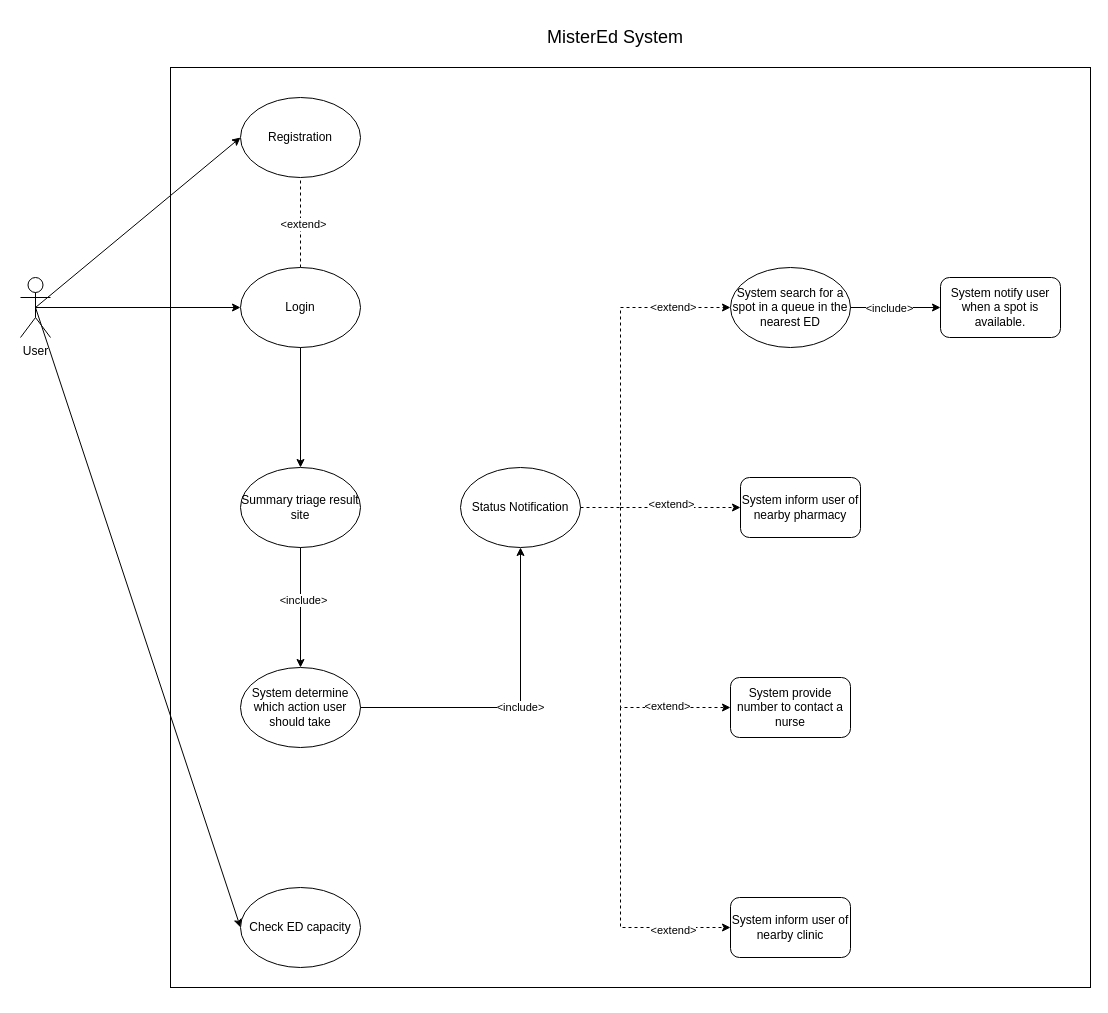
Above: Roadmap.drawio in uvic-teach/project-m1-team8 (draw.io), before the change. Source tidied: cells renumbered, new cells numbered last; positions are measured from the earlier drawing's top-left corner, leaving out a move shared by most shapes. Both pictures are drawn from the tidied source at 100%, with x=0, y=0 at pixel (20, 17).
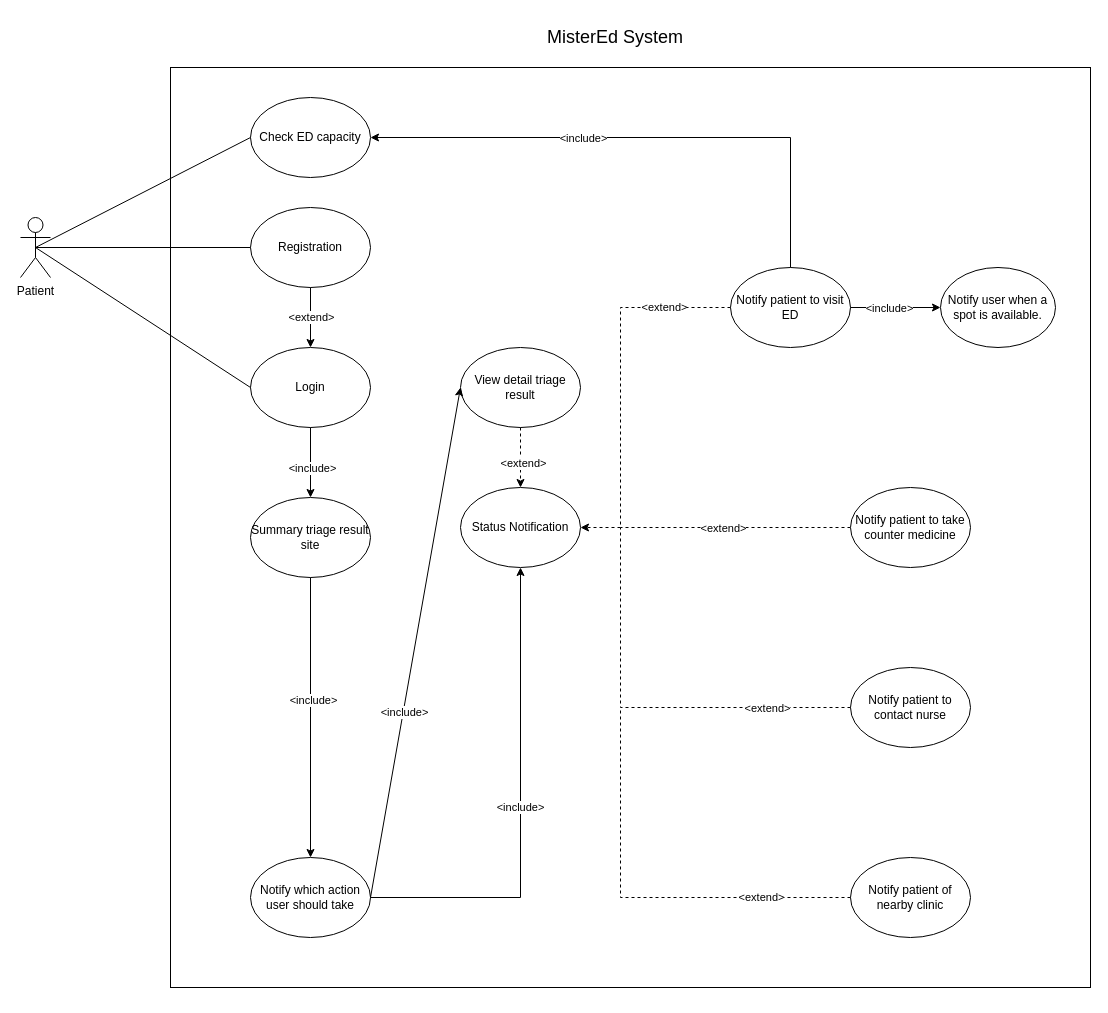
After the change.

What changed in the source:
```diff
@@
-    <mxCell id="3" value="User" style="shape=umlActor;verticalLabelPosition=bottom;verticalAlign=top;html=1;outlineConnect=0;" parent="1" vertex="1">
-      <mxGeometry y="260" width="30" height="60" as="geometry" />
+    <mxCell id="3" value="Patient" style="shape=umlActor;verticalLabelPosition=bottom;verticalAlign=top;html=1;outlineConnect=0;" parent="1" vertex="1">
+      <mxGeometry y="200" width="30" height="60" as="geometry" />
     </mxCell>
-    <mxCell id="4" style="endArrow=classic;html=1;rounded=0;exitX=0.5;exitY=0.5;exitDx=0;exitDy=0;exitPerimeter=0;entryX=0;entryY=0.5;entryDx=0;entryDy=0;" parent="1" edge="1" source="3" target="8">
-      <mxGeometry relative="1" as="geometry" />
-    </mxCell>
-    <mxCell id="5" style="endArrow=classic;html=1;rounded=0;entryX=0;entryY=0.5;entryDx=0;entryDy=0;exitX=0.5;exitY=0.5;exitDx=0;exitDy=0;exitPerimeter=0;" parent="1" edge="1" source="3" target="11">
-      <mxGeometry relative="1" as="geometry" />
-    </mxCell>
-    <mxCell id="6" style="endArrow=classic;html=1;rounded=0;entryX=0;entryY=0.5;entryDx=0;entryDy=0;exitX=0.5;exitY=0.5;exitDx=0;exitDy=0;exitPerimeter=0;" parent="1" edge="1" source="3" target="12">
-      <mxGeometry relative="1" as="geometry" />
-    </mxCell>
@@
     <mxCell id="8" value="Registration" style="ellipse;whiteSpace=wrap;html=1;" parent="1" vertex="1">
-      <mxGeometry x="220" y="80" width="120" height="80" as="geometry" />
+      <mxGeometry x="230" y="190" width="120" height="80" as="geometry" />
     </mxCell>
-    <mxCell id="9" style="endArrow=none;dashed=1;html=1;rounded=0;entryX=0.5;entryY=1;entryDx=0;entryDy=0;exitX=0.5;exitY=0;exitDx=0;exitDy=0;" parent="1" edge="1" source="11" target="8">
-      <mxGeometry relative="1" as="geometry" />
-    </mxCell>
-    <mxCell id="10" value="&amp;lt;extend&amp;gt;" style="edgeLabel;html=1;align=center;verticalAlign=middle;" parent="9" vertex="1">
-      <mxGeometry x="-0.03" y="-2" relative="1" as="geometry" />
-    </mxCell>
     <mxCell id="11" value="Login" style="ellipse;whiteSpace=wrap;html=1;" parent="1" vertex="1">
-      <mxGeometry x="220" y="250" width="120" height="80" as="geometry" />
+      <mxGeometry x="230" y="330" width="120" height="80" as="geometry" />
     </mxCell>
     <mxCell id="12" value="Check ED capacity" style="ellipse;whiteSpace=wrap;html=1;" parent="1" vertex="1">
-      <mxGeometry x="220" y="870" width="120" height="80" as="geometry" />
+      <mxGeometry x="230" y="80" width="120" height="80" as="geometry" />
     </mxCell>
-    <mxCell id="13" style="endArrow=classic;html=1;rounded=0;entryX=0.5;entryY=0;entryDx=0;entryDy=0;exitX=0.5;exitY=1;exitDx=0;exitDy=0;" parent="1" edge="1" source="11" target="14">
-      <mxGeometry relative="1" as="geometry" />
-    </mxCell>
     <mxCell id="14" value="Summary triage result site" style="ellipse;whiteSpace=wrap;html=1;" parent="1" vertex="1">
-      <mxGeometry x="220" y="450" width="120" height="80" as="geometry" />
+      <mxGeometry x="230" y="480" width="120" height="80" as="geometry" />
     </mxCell>
     <mxCell id="15" value="Status Notification" style="ellipse;whiteSpace=wrap;html=1;" parent="1" vertex="1">
-      <mxGeometry x="440" y="450" width="120" height="80" as="geometry" />
+      <mxGeometry x="440" y="470" width="120" height="80" as="geometry" />
     </mxCell>
-    <mxCell id="16" value="System search for a spot in a queue in the nearest ED" style="ellipse;whiteSpace=wrap;html=1;" parent="1" vertex="1">
+    <mxCell id="16" value="Notify patient to visit ED" style="ellipse;whiteSpace=wrap;html=1;" parent="1" vertex="1">
       <mxGeometry x="710" y="250" width="120" height="80" as="geometry" />
     </mxCell>
-    <mxCell id="17" value="System inform user of nearby pharmacy" style="rounded=1;whiteSpace=wrap;html=1;" parent="1" vertex="1">
-      <mxGeometry x="720" y="460" width="120" height="60" as="geometry" />
-    </mxCell>
-    <mxCell id="18" value="System provide number to contact a nurse" style="rounded=1;whiteSpace=wrap;html=1;" parent="1" vertex="1">
-      <mxGeometry x="710" y="660" width="120" height="60" as="geometry" />
-    </mxCell>
-    <mxCell id="19" value="System inform user of nearby clinic" style="rounded=1;whiteSpace=wrap;html=1;" parent="1" vertex="1">
-      <mxGeometry x="710" y="880" width="120" height="60" as="geometry" />
-    </mxCell>
-    <mxCell id="20" value="System notify user when a spot is available." style="rounded=1;whiteSpace=wrap;html=1;" parent="1" vertex="1">
-      <mxGeometry x="920" y="260" width="120" height="60" as="geometry" />
-    </mxCell>
@@
-    <mxCell id="22" value="System determine which action user should take" style="ellipse;whiteSpace=wrap;html=1;" parent="1" vertex="1">
-      <mxGeometry x="220" y="650" width="120" height="80" as="geometry" />
+    <mxCell id="22" value="Notify which action user should take" style="ellipse;whiteSpace=wrap;html=1;" parent="1" vertex="1">
+      <mxGeometry x="230" y="840" width="120" height="80" as="geometry" />
     </mxCell>
@@
     <mxCell id="25" value="&amp;lt;include&amp;gt;" style="endArrow=classic;html=1;rounded=0;exitX=1;exitY=0.5;exitDx=0;exitDy=0;entryX=0.5;entryY=1;entryDx=0;entryDy=0;" parent="1" edge="1" source="22" target="15">
       <mxGeometry relative="1" as="geometry">
         <Array as="points">
-          <mxPoint x="500" y="690" />
+          <mxPoint x="500" y="880" />
         </Array>
       </mxGeometry>
     </mxCell>
-    <mxCell id="26" style="endArrow=classic;html=1;rounded=0;exitX=1;exitY=0.5;exitDx=0;exitDy=0;entryX=0;entryY=0.5;entryDx=0;entryDy=0;" parent="1" edge="1" source="16" target="20">
+    <mxCell id="26" style="endArrow=classic;html=1;rounded=0;exitX=1;exitY=0.5;exitDx=0;exitDy=0;entryX=0;entryY=0.5;entryDx=0;entryDy=0;" parent="1" edge="1" source="16" target="58">
       <mxGeometry relative="1" as="geometry" />
     </mxCell>
@@
-    <mxCell id="28" style="endArrow=classic;html=1;rounded=0;dashed=1;exitX=1;exitY=0.5;exitDx=0;exitDy=0;entryX=0;entryY=0.5;entryDx=0;entryDy=0;" parent="1" edge="1" source="15" target="16">
-      <mxGeometry relative="1" as="geometry">
-        <Array as="points">
-          <mxPoint x="600" y="490" />
-          <mxPoint x="600" y="290" />
-        </Array>
-      </mxGeometry>
-    </mxCell>
-    <mxCell id="29" value="&amp;lt;extend&amp;gt;" style="edgeLabel;html=1;align=center;verticalAlign=middle;" parent="28" vertex="1">
-      <mxGeometry x="0.67" y="1" relative="1" as="geometry" />
-    </mxCell>
-    <mxCell id="30" style="endArrow=classic;html=1;rounded=0;entryX=0;entryY=0.5;entryDx=0;entryDy=0;dashed=1;" parent="1" edge="1" target="17">
-      <mxGeometry relative="1" as="geometry">
-        <mxPoint x="600" y="490" as="sourcePoint" />
-      </mxGeometry>
-    </mxCell>
-    <mxCell id="31" value="&amp;lt;extend&amp;gt;" style="edgeLabel;html=1;align=center;verticalAlign=middle;" parent="30" vertex="1">
-      <mxGeometry x="-0.16" y="4" relative="1" as="geometry" />
-    </mxCell>
-    <mxCell id="32" style="endArrow=classic;html=1;rounded=0;entryX=0;entryY=0.5;entryDx=0;entryDy=0;dashed=1;" parent="1" edge="1" target="18">
-      <mxGeometry relative="1" as="geometry">
-        <mxPoint x="600" y="490" as="sourcePoint" />
-        <Array as="points">
-          <mxPoint x="600" y="690" />
-        </Array>
-      </mxGeometry>
-    </mxCell>
-    <mxCell id="33" value="&amp;lt;extend&amp;gt;" style="edgeLabel;html=1;align=center;verticalAlign=middle;" parent="32" vertex="1">
-      <mxGeometry x="0.59" y="2" relative="1" as="geometry" />
-    </mxCell>
-    <mxCell id="34" style="endArrow=classic;html=1;rounded=0;entryX=0;entryY=0.5;entryDx=0;entryDy=0;dashed=1;" parent="1" edge="1" target="19">
-      <mxGeometry relative="1" as="geometry">
-        <mxPoint x="600" y="690" as="sourcePoint" />
-        <Array as="points">
-          <mxPoint x="600" y="910" />
-        </Array>
-      </mxGeometry>
-    </mxCell>
-    <mxCell id="35" value="&amp;lt;extend&amp;gt;" style="edgeLabel;html=1;align=center;verticalAlign=middle;" parent="34" vertex="1">
-      <mxGeometry x="0.65" y="-2" relative="1" as="geometry" />
-    </mxCell>
+    <mxCell id="13" style="endArrow=classic;html=1;rounded=0;entryX=0.5;entryY=0;entryDx=0;entryDy=0;exitX=0.5;exitY=1;exitDx=0;exitDy=0;" parent="1" edge="1" source="11" target="14">
+      <mxGeometry relative="1" as="geometry" />
+    </mxCell>
+    <mxCell id="36" value="&amp;lt;include&amp;gt;" style="edgeLabel;html=1;align=center;verticalAlign=middle;" parent="13" vertex="1">
+      <mxGeometry x="0.13" y="1" relative="1" as="geometry" />
+    </mxCell>
+    <mxCell id="5" style="endArrow=none;html=1;rounded=0;entryX=0;entryY=0.5;entryDx=0;entryDy=0;exitX=0.5;exitY=0.5;exitDx=0;exitDy=0;exitPerimeter=0;" parent="1" edge="1" source="3" target="11">
+      <mxGeometry relative="1" as="geometry" />
+    </mxCell>
+    <mxCell id="4" style="endArrow=none;html=1;rounded=0;exitX=0.5;exitY=0.5;exitDx=0;exitDy=0;exitPerimeter=0;entryX=0;entryY=0.5;entryDx=0;entryDy=0;" parent="1" edge="1" source="3" target="8">
+      <mxGeometry relative="1" as="geometry" />
+    </mxCell>
+    <mxCell id="37" style="endArrow=none;html=1;rounded=0;exitX=0;exitY=0.5;exitDx=0;exitDy=0;entryX=0.5;entryY=0.5;entryDx=0;entryDy=0;entryPerimeter=0;" parent="1" edge="1" source="12" target="3">
+      <mxGeometry relative="1" as="geometry" />
+    </mxCell>
+    <mxCell id="38" style="endArrow=classic;html=1;rounded=0;exitX=0.5;exitY=1;exitDx=0;exitDy=0;entryX=0.5;entryY=0;entryDx=0;entryDy=0;" parent="1" edge="1" source="8" target="11">
+      <mxGeometry relative="1" as="geometry" />
+    </mxCell>
+    <mxCell id="39" value="&amp;lt;extend&amp;gt;" style="edgeLabel;html=1;align=center;verticalAlign=middle;" parent="38" vertex="1">
+      <mxGeometry x="-0.04" relative="1" as="geometry" />
+    </mxCell>
+    <mxCell id="40" style="endArrow=classic;html=1;rounded=0;entryX=1;entryY=0.5;entryDx=0;entryDy=0;exitX=0.5;exitY=0;exitDx=0;exitDy=0;" parent="1" edge="1" source="16" target="12">
+      <mxGeometry relative="1" as="geometry">
+        <Array as="points">
+          <mxPoint x="770" y="120" />
+        </Array>
+      </mxGeometry>
+    </mxCell>
+    <mxCell id="41" value="&amp;lt;include&amp;gt;" style="edgeLabel;html=1;align=center;verticalAlign=middle;" parent="40" vertex="1">
+      <mxGeometry x="0.23" relative="1" as="geometry" />
+    </mxCell>
+    <mxCell id="42" value="View detail triage result" style="ellipse;whiteSpace=wrap;html=1;" parent="1" vertex="1">
+      <mxGeometry x="440" y="330" width="120" height="80" as="geometry" />
+    </mxCell>
+    <mxCell id="43" style="endArrow=classic;html=1;rounded=0;exitX=0.5;exitY=1;exitDx=0;exitDy=0;dashed=1;" parent="1" edge="1" source="42" target="15">
+      <mxGeometry relative="1" as="geometry" />
+    </mxCell>
+    <mxCell id="44" value="&amp;lt;extend&amp;gt;" style="edgeLabel;html=1;align=center;verticalAlign=middle;" parent="43" vertex="1">
+      <mxGeometry x="0.17" y="2" relative="1" as="geometry" />
+    </mxCell>
+    <mxCell id="45" style="endArrow=classic;html=1;rounded=0;exitX=1;exitY=0.5;exitDx=0;exitDy=0;entryX=0;entryY=0.5;entryDx=0;entryDy=0;" parent="1" edge="1" source="22" target="42">
+      <mxGeometry relative="1" as="geometry" />
+    </mxCell>
+    <mxCell id="46" value="&amp;lt;include&amp;gt;" style="edgeLabel;html=1;align=center;verticalAlign=middle;" parent="45" vertex="1">
+      <mxGeometry x="-0.27" y="-1" relative="1" as="geometry" />
+    </mxCell>
+    <mxCell id="47" style="endArrow=classic;html=1;rounded=0;entryX=1;entryY=0.5;entryDx=0;entryDy=0;exitX=0;exitY=0.5;exitDx=0;exitDy=0;dashed=1;" parent="1" edge="1" source="16" target="15">
+      <mxGeometry relative="1" as="geometry">
+        <Array as="points">
+          <mxPoint x="600" y="290" />
+          <mxPoint x="600" y="510" />
+        </Array>
+      </mxGeometry>
+    </mxCell>
+    <mxCell id="48" value="&amp;lt;extend&amp;gt;" style="edgeLabel;html=1;align=center;verticalAlign=middle;" parent="47" vertex="1">
+      <mxGeometry x="-0.64" y="-1" relative="1" as="geometry" />
+    </mxCell>
+    <mxCell id="49" style="endArrow=none;dashed=1;html=1;rounded=0;exitX=0;exitY=0.5;exitDx=0;exitDy=0;" parent="1" edge="1" source="51">
+      <mxGeometry relative="1" as="geometry">
+        <mxPoint x="600" y="510" as="targetPoint" />
+      </mxGeometry>
+    </mxCell>
+    <mxCell id="50" value="&amp;lt;extend&amp;gt;" style="edgeLabel;html=1;align=center;verticalAlign=middle;" parent="49" vertex="1">
+      <mxGeometry x="0.11" relative="1" as="geometry" />
+    </mxCell>
+    <mxCell id="51" value="Notify patient to take counter medicine" style="ellipse;whiteSpace=wrap;html=1;" parent="1" vertex="1">
+      <mxGeometry x="830" y="470" width="120" height="80" as="geometry" />
+    </mxCell>
+    <mxCell id="52" value="Notify patient to contact nurse" style="ellipse;whiteSpace=wrap;html=1;" parent="1" vertex="1">
+      <mxGeometry x="830" y="650" width="120" height="80" as="geometry" />
+    </mxCell>
+    <mxCell id="53" style="endArrow=none;dashed=1;html=1;rounded=0;exitX=0;exitY=0.5;exitDx=0;exitDy=0;" parent="1" edge="1" source="52">
+      <mxGeometry relative="1" as="geometry">
+        <mxPoint x="600" y="510" as="targetPoint" />
+        <Array as="points">
+          <mxPoint x="600" y="690" />
+        </Array>
+      </mxGeometry>
+    </mxCell>
+    <mxCell id="54" value="&amp;lt;extend&amp;gt;" style="edgeLabel;html=1;align=center;verticalAlign=middle;" parent="53" vertex="1">
+      <mxGeometry x="-0.59" relative="1" as="geometry" />
+    </mxCell>
+    <mxCell id="55" value="Notify patient of nearby clinic" style="ellipse;whiteSpace=wrap;html=1;" parent="1" vertex="1">
+      <mxGeometry x="830" y="840" width="120" height="80" as="geometry" />
+    </mxCell>
+    <mxCell id="56" style="endArrow=none;dashed=1;html=1;rounded=0;exitX=0;exitY=0.5;exitDx=0;exitDy=0;" parent="1" edge="1" source="55">
+      <mxGeometry relative="1" as="geometry">
+        <mxPoint x="600" y="690" as="targetPoint" />
+        <Array as="points">
+          <mxPoint x="600" y="880" />
+        </Array>
+      </mxGeometry>
+    </mxCell>
+    <mxCell id="57" value="&amp;lt;extend&amp;gt;" style="edgeLabel;html=1;align=center;verticalAlign=middle;" parent="56" vertex="1">
+      <mxGeometry x="-0.57" y="-1" relative="1" as="geometry" />
+    </mxCell>
+    <mxCell id="58" value="Notify user when a spot is available." style="ellipse;whiteSpace=wrap;html=1;" parent="1" vertex="1">
+      <mxGeometry x="920" y="250" width="115" height="80" as="geometry" />
+    </mxCell>
```
